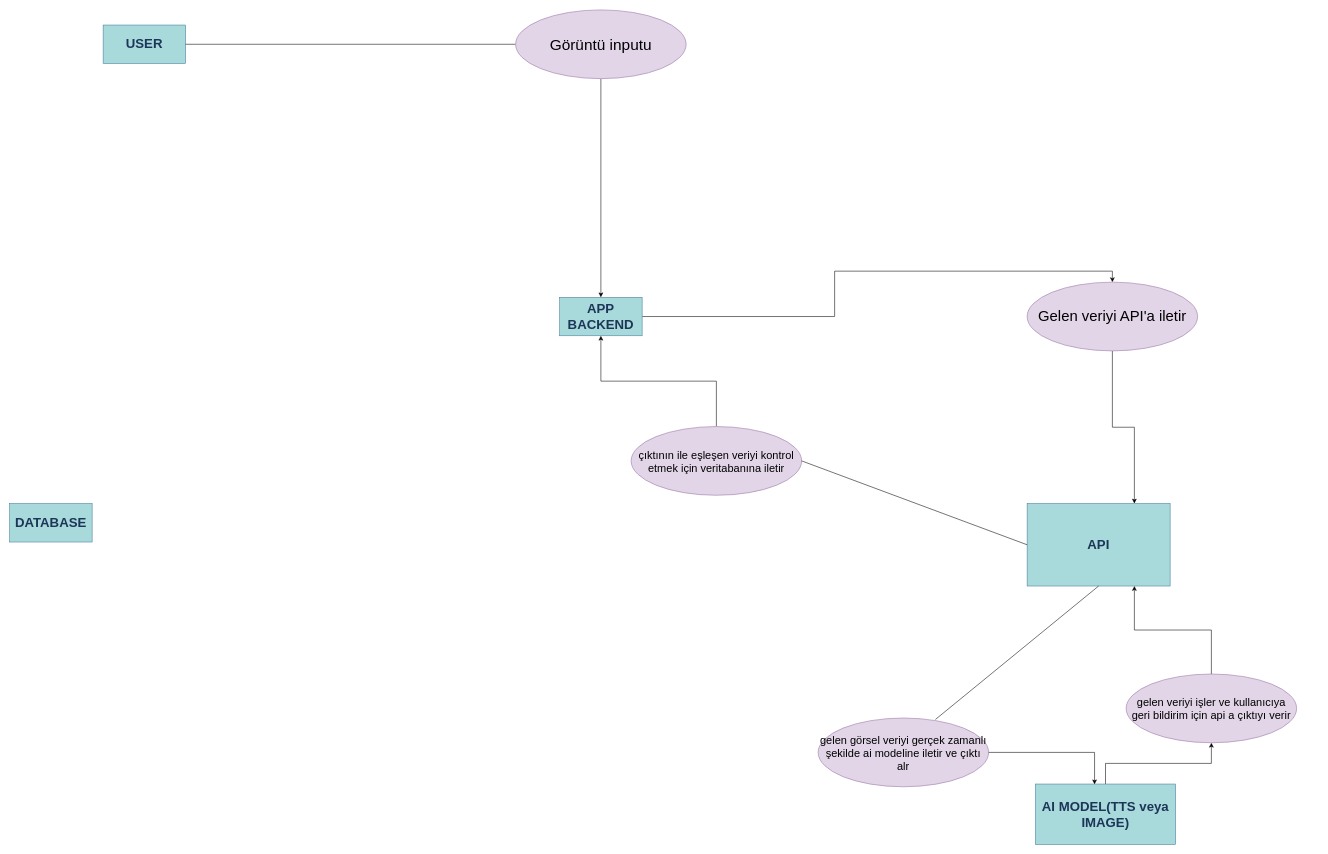
kaanygl/database keeps this draw.io diagram as database_project.drawio. Above is the earlier version. Source tidied: cells renumbered, new cells numbered last; positions are measured from the earlier drawing's top-left corner, leaving out a move shared by most shapes. Both pictures are drawn from the tidied source at 55%, with x=0, y=0 at pixel (9, 9).
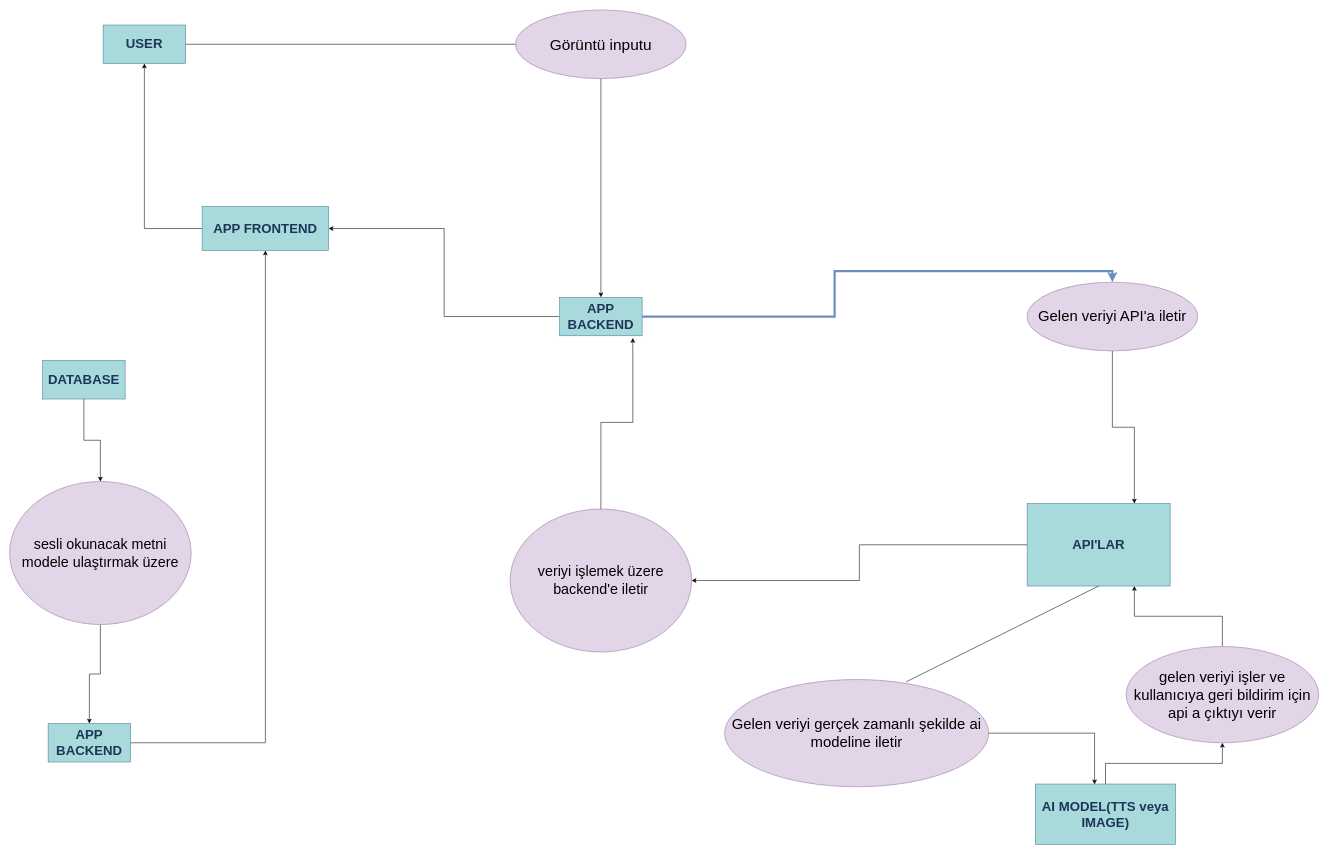
Above is the later version.

The change refers to these unchanged cells:
```xml
<mxCell id="2" value="&lt;h1&gt;USER&lt;/h1&gt;" style="whiteSpace=wrap;html=1;strokeColor=#457B9D;fontColor=#1D3557;fillColor=#A8DADC;labelBackgroundColor=none;" parent="1" vertex="1">
  <mxGeometry x="170" y="28" width="150" height="70" as="geometry" />
</mxCell>
<mxCell id="8" value="&lt;h1&gt;APP BACKEND&lt;/h1&gt;" style="whiteSpace=wrap;html=1;strokeColor=#457B9D;fontColor=#1D3557;fillColor=#A8DADC;labelBackgroundColor=none;" parent="1" vertex="1">
  <mxGeometry x="1000" y="523" width="150" height="70" as="geometry" />
</mxCell>
<mxCell id="10" value="&lt;font style=&quot;font-size: 27px;&quot;&gt;Gelen veriyi API'a iletir&lt;/font&gt;" style="ellipse;whiteSpace=wrap;html=1;fillColor=#e1d5e7;strokeColor=#9673a6;" parent="1" vertex="1">
  <mxGeometry x="1850" y="495.5" width="310" height="125" as="geometry" />
</mxCell>
```

What changed in the source:
```diff
@@
-    <mxCell id="4" value="&lt;h1&gt;API&lt;/h1&gt;" style="whiteSpace=wrap;html=1;strokeColor=#457B9D;fontColor=#1D3557;fillColor=#A8DADC;labelBackgroundColor=none;" parent="1" vertex="1">
+    <mxCell id="4" value="&lt;h1&gt;API'LAR&lt;/h1&gt;" style="whiteSpace=wrap;html=1;strokeColor=#457B9D;fontColor=#1D3557;fillColor=#A8DADC;labelBackgroundColor=none;" parent="1" vertex="1">
       <mxGeometry x="1850" y="898" width="260" height="150" as="geometry" />
     </mxCell>
@@
-    <mxCell id="7" style="edgeStyle=orthogonalEdgeStyle;rounded=0;jettySize=auto;html=1;entryX=0.5;entryY=0;entryDx=0;entryDy=0;" parent="1" edge="1" source="8" target="10">
+    <mxCell id="7" style="edgeStyle=orthogonalEdgeStyle;rounded=0;jettySize=auto;html=1;entryX=0.5;entryY=0;entryDx=0;entryDy=0;fillColor=#dae8fc;strokeColor=#6c8ebf;strokeWidth=4;" parent="1" edge="1" source="8" target="10">
       <mxGeometry relative="1" as="geometry" />
     </mxCell>
+    <mxCell id="22" style="edgeStyle=orthogonalEdgeStyle;rounded=0;jettySize=auto;html=1;entryX=1;entryY=0.5;entryDx=0;entryDy=0;" parent="1" edge="1" source="8" target="30">
+      <mxGeometry relative="1" as="geometry" />
+    </mxCell>
@@
-    <mxCell id="12" value="&lt;span style=&quot;font-size: 20px;&quot;&gt;gelen görsel veriyi gerçek zamanlı şekilde ai modeline iletir ve çıktı alr&lt;/span&gt;" style="ellipse;whiteSpace=wrap;html=1;fillColor=#e1d5e7;strokeColor=#9673a6;" parent="1" vertex="1">
-      <mxGeometry x="1470" y="1288" width="310" height="125" as="geometry" />
+    <mxCell id="12" value="&lt;font style=&quot;font-size: 27px;&quot;&gt;Gelen veriyi gerçek zamanlı şekilde ai modeline iletir&lt;/font&gt;" style="ellipse;whiteSpace=wrap;html=1;fillColor=#e1d5e7;strokeColor=#9673a6;" parent="1" vertex="1">
+      <mxGeometry x="1300" y="1218" width="480" height="195" as="geometry" />
     </mxCell>
@@
-    <mxCell id="17" value="&lt;span style=&quot;font-size: 20px;&quot;&gt;gelen veriyi işler ve kullanıcıya geri bildirim için api a çıktıyı verir&lt;/span&gt;" style="ellipse;whiteSpace=wrap;html=1;fillColor=#e1d5e7;strokeColor=#9673a6;" parent="1" vertex="1">
-      <mxGeometry x="2030" y="1208" width="310" height="125" as="geometry" />
+    <mxCell id="17" value="&lt;font style=&quot;font-size: 27px;&quot;&gt;gelen veriyi işler ve kullanıcıya geri bildirim için api a çıktıyı verir&lt;/font&gt;" style="ellipse;whiteSpace=wrap;html=1;fillColor=#e1d5e7;strokeColor=#9673a6;" parent="1" vertex="1">
+      <mxGeometry x="2030" y="1158" width="350" height="175" as="geometry" />
     </mxCell>
+    <mxCell id="19" value="&lt;span style=&quot;font-size: 26px;&quot;&gt;veriyi işlemek üzere backend'e iletir&lt;/span&gt;" style="ellipse;whiteSpace=wrap;html=1;fillColor=#e1d5e7;strokeColor=#9673a6;" parent="1" vertex="1">
+      <mxGeometry x="910" y="908" width="330" height="260" as="geometry" />
+    </mxCell>
+    <mxCell id="23" style="edgeStyle=orthogonalEdgeStyle;rounded=0;jettySize=auto;html=1;" parent="1" edge="1" source="20" target="26">
+      <mxGeometry relative="1" as="geometry" />
+    </mxCell>
+    <mxCell id="20" value="&lt;h1&gt;DATABASE&lt;/h1&gt;" style="whiteSpace=wrap;html=1;strokeColor=#457B9D;fontColor=#1D3557;fillColor=#A8DADC;labelBackgroundColor=none;" parent="1" vertex="1">
+      <mxGeometry x="60" y="638" width="150" height="70" as="geometry" />
+    </mxCell>
+    <mxCell id="24" style="edgeStyle=orthogonalEdgeStyle;rounded=0;jettySize=auto;html=1;entryX=1;entryY=0.5;entryDx=0;entryDy=0;" parent="1" edge="1" source="4" target="19">
+      <mxGeometry relative="1" as="geometry" />
+    </mxCell>
-    <mxCell id="18" style="edgeStyle=orthogonalEdgeStyle;rounded=0;jettySize=auto;html=1;entryX=0.5;entryY=1;entryDx=0;entryDy=0;" parent="1" edge="1" source="19" target="8">
+    <mxCell id="18" style="edgeStyle=orthogonalEdgeStyle;rounded=0;jettySize=auto;html=1;entryX=0.887;entryY=1.057;entryDx=0;entryDy=0;entryPerimeter=0;" parent="1" edge="1" source="19" target="8">
       <mxGeometry relative="1" as="geometry" />
     </mxCell>
-    <mxCell id="19" value="&lt;span style=&quot;font-size: 20px;&quot;&gt;çıktının ile eşleşen veriyi kontrol etmek için veritabanına iletir&lt;/span&gt;" style="ellipse;whiteSpace=wrap;html=1;fillColor=#e1d5e7;strokeColor=#9673a6;" parent="1" vertex="1">
-      <mxGeometry x="1130" y="758" width="310" height="125" as="geometry" />
-    </mxCell>
-    <mxCell id="20" value="&lt;h1&gt;DATABASE&lt;/h1&gt;" style="whiteSpace=wrap;html=1;strokeColor=#457B9D;fontColor=#1D3557;fillColor=#A8DADC;labelBackgroundColor=none;" parent="1" vertex="1">
-      <mxGeometry y="898" width="150" height="70" as="geometry" />
-    </mxCell>
-    <mxCell id="21" style="endArrow=none;html=1;rounded=0;entryX=0;entryY=0.5;entryDx=0;entryDy=0;exitX=1;exitY=0.5;exitDx=0;exitDy=0;" parent="1" edge="1" source="19" target="4">
-      <mxGeometry relative="1" as="geometry" />
-    </mxCell>
+    <mxCell id="25" style="edgeStyle=orthogonalEdgeStyle;rounded=0;jettySize=auto;html=1;" parent="1" edge="1" source="26" target="28">
+      <mxGeometry relative="1" as="geometry" />
+    </mxCell>
+    <mxCell id="26" value="&lt;span style=&quot;font-size: 26px;&quot;&gt;sesli okunacak metni modele ulaştırmak üzere&lt;/span&gt;" style="ellipse;whiteSpace=wrap;html=1;fillColor=#e1d5e7;strokeColor=#9673a6;" parent="1" vertex="1">
+      <mxGeometry y="858" width="330" height="260" as="geometry" />
+    </mxCell>
+    <mxCell id="27" style="edgeStyle=orthogonalEdgeStyle;rounded=0;jettySize=auto;html=1;" parent="1" edge="1" source="28" target="30">
+      <mxGeometry relative="1" as="geometry" />
+    </mxCell>
+    <mxCell id="28" value="&lt;h1&gt;APP BACKEND&lt;/h1&gt;" style="whiteSpace=wrap;html=1;strokeColor=#457B9D;fontColor=#1D3557;fillColor=#A8DADC;labelBackgroundColor=none;" parent="1" vertex="1">
+      <mxGeometry x="70" y="1298" width="150" height="70" as="geometry" />
+    </mxCell>
+    <mxCell id="29" style="edgeStyle=orthogonalEdgeStyle;rounded=0;jettySize=auto;html=1;entryX=0.5;entryY=1;entryDx=0;entryDy=0;" parent="1" edge="1" source="30" target="2">
+      <mxGeometry relative="1" as="geometry" />
+    </mxCell>
+    <mxCell id="30" value="&lt;h1&gt;APP FRONTEND&lt;/h1&gt;" style="whiteSpace=wrap;html=1;strokeColor=#457B9D;fontColor=#1D3557;fillColor=#A8DADC;labelBackgroundColor=none;" parent="1" vertex="1">
+      <mxGeometry x="350" y="358" width="230" height="80" as="geometry" />
+    </mxCell>
```
